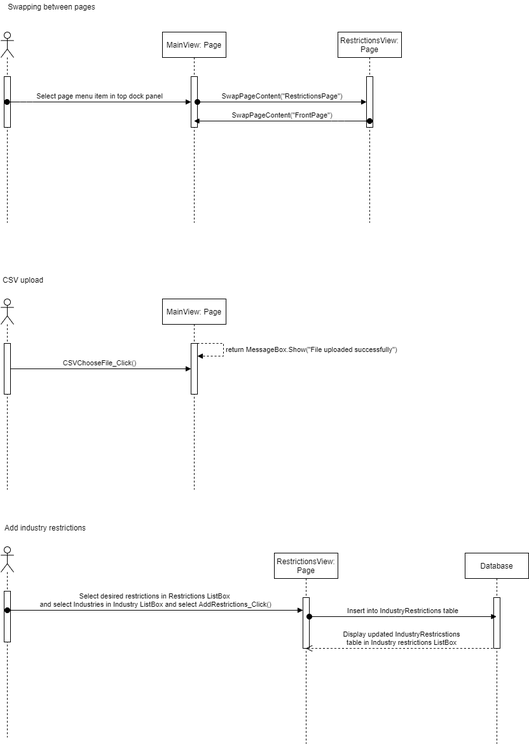
kasp470f/1semester keeps this draw.io diagram as Dokumentation/Modeller/Sekvensdiagrammer.png. Above is the earlier version. Source tidied: cells renumbered, new cells last; positions are measured from the earlier drawing's top-left corner, leaving out a move shared by most shapes.
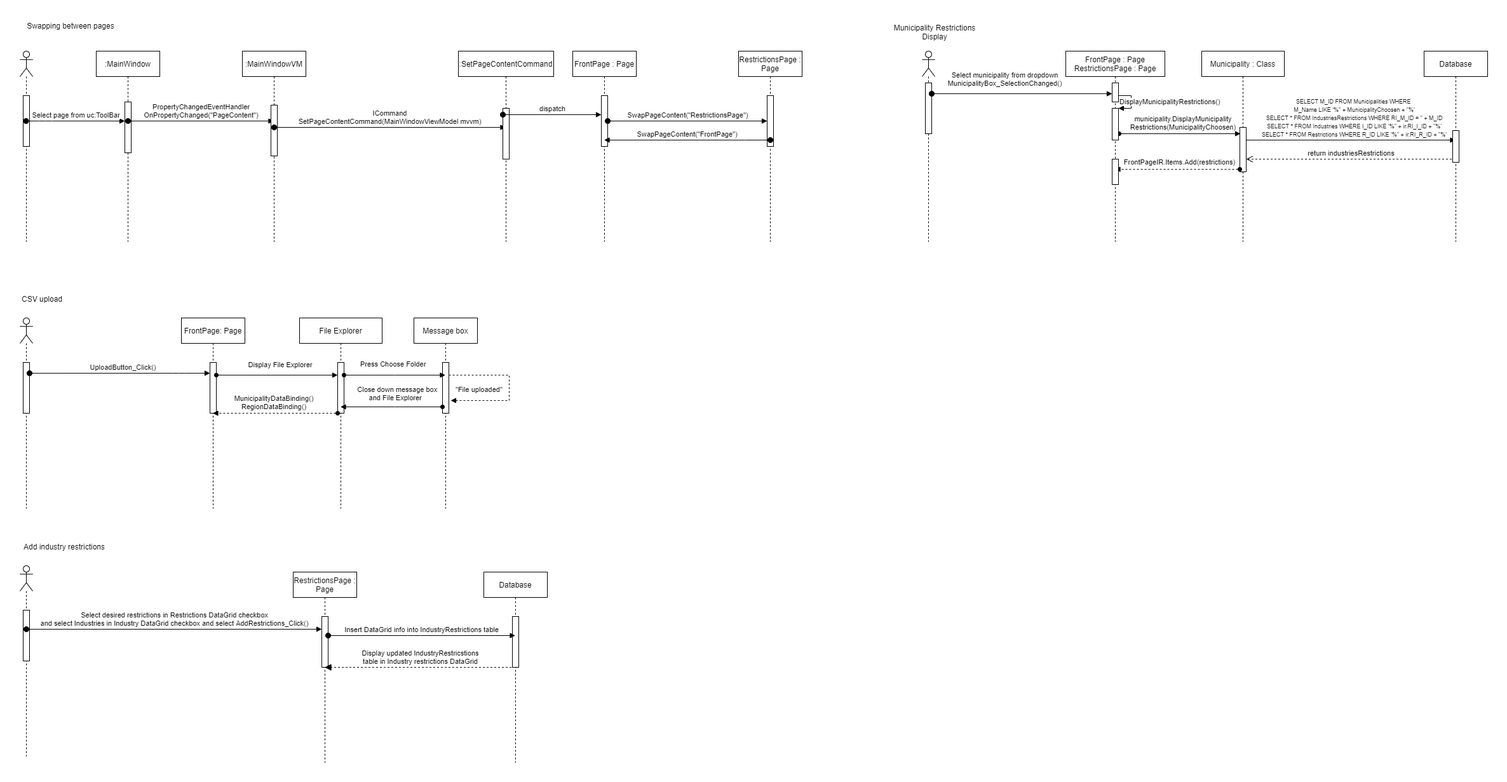
Later version of the same file.

What changed in the source:
```diff
@@ -2,6 +2,12 @@
   <root>
     <mxCell id="0" />
     <mxCell id="1" parent="0" />
+    <mxCell id="29" value="return&amp;nbsp;industriesRestrictions" style="html=1;verticalAlign=bottom;endArrow=open;dashed=1;endSize=8;fontSize=11;" parent="1" edge="1">
+      <mxGeometry relative="1" as="geometry">
+        <mxPoint x="2259.5" y="220" as="sourcePoint" />
+        <mxPoint x="1930" y="220" as="targetPoint" />
+      </mxGeometry>
+    </mxCell>
     <mxCell id="2" style="shape=umlLifeline;participant=umlActor;perimeter=lifelinePerimeter;whiteSpace=wrap;html=1;verticalAlign=top;spacingTop=36;outlineConnect=0;" parent="1" vertex="1">
       <mxGeometry y="50" width="20" height="300" as="geometry" />
     </mxCell>
@@ -11,14 +17,14 @@
     <mxCell id="4" value="Swapping between pages" style="text;html=1;strokeColor=none;fillColor=none;align=center;verticalAlign=middle;whiteSpace=wrap;rounded=0;" parent="1" vertex="1">
       <mxGeometry width="160" height="20" as="geometry" />
     </mxCell>
-    <mxCell id="5" value="MainView: Page" style="shape=umlLifeline;perimeter=lifelinePerimeter;whiteSpace=wrap;html=1;outlineConnect=0;" parent="1" vertex="1">
-      <mxGeometry x="254" y="50" width="100" height="300" as="geometry" />
+    <mxCell id="5" value="FrontPage : Page" style="shape=umlLifeline;perimeter=lifelinePerimeter;whiteSpace=wrap;html=1;outlineConnect=0;" parent="1" vertex="1">
+      <mxGeometry x="870" y="50" width="100" height="300" as="geometry" />
     </mxCell>
     <mxCell id="6" style="html=1;points=[];perimeter=orthogonalPerimeter;" parent="5" vertex="1">
       <mxGeometry x="45" y="70" width="10" height="80" as="geometry" />
     </mxCell>
-    <mxCell id="7" value="RestrictionsView: Page" style="shape=umlLifeline;perimeter=lifelinePerimeter;whiteSpace=wrap;html=1;" parent="1" vertex="1">
-      <mxGeometry x="530" y="50" width="100" height="300" as="geometry" />
+    <mxCell id="7" value="RestrictionsPage : Page" style="shape=umlLifeline;perimeter=lifelinePerimeter;whiteSpace=wrap;html=1;" parent="1" vertex="1">
+      <mxGeometry x="1131" y="50" width="100" height="300" as="geometry" />
     </mxCell>
     <mxCell id="8" style="html=1;points=[];perimeter=orthogonalPerimeter;" parent="7" vertex="1">
       <mxGeometry x="45" y="70" width="10" height="80" as="geometry" />
@@ -31,7 +37,7 @@
         </Array>
       </mxGeometry>
     </mxCell>
-    <mxCell id="10" value="Select page menu item in top dock panel" style="html=1;verticalAlign=bottom;startArrow=oval;endArrow=block;startSize=8;" parent="1" edge="1" source="2" target="6">
+    <mxCell id="10" value="Select page from uc:ToolBar" style="html=1;verticalAlign=bottom;startArrow=oval;endArrow=block;startSize=8;" parent="1" edge="1" source="2" target="63">
       <mxGeometry relative="1" as="geometry">
         <Array as="points">
           <mxPoint x="40" y="160" />
@@ -47,28 +53,15 @@
     <mxCell id="13" style="shape=umlLifeline;participant=umlActor;perimeter=lifelinePerimeter;whiteSpace=wrap;html=1;verticalAlign=top;spacingTop=36;" parent="1" vertex="1">
       <mxGeometry y="470" width="20" height="300" as="geometry" />
     </mxCell>
-    <mxCell id="14" value="CSVChooseFile_Click()" style="html=1;verticalAlign=bottom;startArrow=oval;startFill=1;endArrow=block;startSize=8;" parent="13" edge="1" target="17">
-      <mxGeometry relative="1" as="geometry">
-        <mxPoint x="10" y="110" as="sourcePoint" />
-      </mxGeometry>
-    </mxCell>
     <mxCell id="15" style="html=1;points=[];perimeter=orthogonalPerimeter;" parent="13" vertex="1">
       <mxGeometry x="5" y="70" width="10" height="80" as="geometry" />
     </mxCell>
-    <mxCell id="16" value="MainView: Page" style="shape=umlLifeline;perimeter=lifelinePerimeter;whiteSpace=wrap;html=1;outlineConnect=0;" parent="1" vertex="1">
+    <mxCell id="16" value="FrontPage: Page" style="shape=umlLifeline;perimeter=lifelinePerimeter;whiteSpace=wrap;html=1;outlineConnect=0;" parent="1" vertex="1">
       <mxGeometry x="254" y="470" width="100" height="300" as="geometry" />
     </mxCell>
     <mxCell id="17" style="html=1;points=[];perimeter=orthogonalPerimeter;" parent="16" vertex="1">
       <mxGeometry x="45" y="70" width="10" height="80" as="geometry" />
     </mxCell>
-    <mxCell id="18" value="&lt;span style=&quot;font-size: 11px ; text-align: center&quot;&gt;return MessageBox.Show(&quot;File uploaded successfully&quot;)&lt;/span&gt;" style="edgeStyle=orthogonalEdgeStyle;html=1;align=left;spacingLeft=2;endArrow=block;rounded=0;dashed=1;fontSize=7;" parent="16" edge="1" source="17" target="17">
-      <mxGeometry relative="1" as="geometry">
-        <Array as="points">
-          <mxPoint x="96" y="70" />
-          <mxPoint x="96" y="90" />
-        </Array>
-      </mxGeometry>
-    </mxCell>
     <mxCell id="19" value="Add industry restrictions" style="text;html=1;strokeColor=none;fillColor=none;align=center;verticalAlign=middle;whiteSpace=wrap;rounded=0;" parent="1" vertex="1">
       <mxGeometry y="820" width="140" height="20" as="geometry" />
     </mxCell>
@@ -78,12 +71,12 @@
     <mxCell id="21" style="html=1;perimeter=orthogonalPerimeter;" parent="20" vertex="1">
       <mxGeometry x="5" y="70" width="10" height="80" as="geometry" />
     </mxCell>
-    <mxCell id="22" value="Select desired restrictions in Restrictions ListBox &lt;br&gt;and select Industries in Industry ListBox and select AddRestrictions_Click()&lt;br&gt;" style="html=1;verticalAlign=bottom;startArrow=oval;startFill=1;endArrow=block;startSize=8;" parent="20" edge="1" target="24">
+    <mxCell id="22" value="Select desired restrictions in Restrictions DataGrid checkbox&lt;br&gt;and select Industries in Industry DataGrid checkbox and select AddRestrictions_Click()" style="html=1;verticalAlign=bottom;startArrow=oval;startFill=1;endArrow=block;startSize=8;" parent="20" edge="1" target="24">
       <mxGeometry relative="1" as="geometry">
         <mxPoint x="10" y="100" as="sourcePoint" />
       </mxGeometry>
     </mxCell>
-    <mxCell id="23" value="RestrictionsView: Page" style="shape=umlLifeline;perimeter=lifelinePerimeter;whiteSpace=wrap;html=1;outlineConnect=0;" parent="1" vertex="1">
+    <mxCell id="23" value="RestrictionsPage : Page" style="shape=umlLifeline;perimeter=lifelinePerimeter;whiteSpace=wrap;html=1;outlineConnect=0;" parent="1" vertex="1">
       <mxGeometry x="430" y="870" width="100" height="300" as="geometry" />
     </mxCell>
     <mxCell id="24" style="html=1;points=[];perimeter=orthogonalPerimeter;" parent="23" vertex="1">
@@ -95,15 +88,197 @@
     <mxCell id="26" style="html=1;perimeter=orthogonalPerimeter;" parent="25" vertex="1">
       <mxGeometry x="45" y="70" width="10" height="80" as="geometry" />
     </mxCell>
-    <mxCell id="27" value="Display updated IndustryRestricstions&lt;br&gt;table in Industry restrictions ListBox" style="html=1;verticalAlign=bottom;endArrow=open;dashed=1;endSize=8;" parent="1" edge="1" source="25" target="23">
+    <mxCell id="27" value="Display updated IndustryRestricstions&lt;br&gt;table in Industry restrictions DataGrid" style="html=1;verticalAlign=bottom;endArrow=block;dashed=1;endSize=8;endFill=1;" parent="1" edge="1" source="25" target="23">
       <mxGeometry relative="1" as="geometry" />
     </mxCell>
-    <mxCell id="28" value="Insert into IndustryRestrictions table" style="html=1;verticalAlign=bottom;startArrow=oval;startFill=1;endArrow=block;startSize=8;" parent="1" edge="1" source="24" target="25">
+    <mxCell id="28" value="Insert DataGrid info into IndustryRestrictions table" style="html=1;verticalAlign=bottom;startArrow=oval;startFill=1;endArrow=block;startSize=8;" parent="1" edge="1" source="24" target="25">
       <mxGeometry relative="1" as="geometry">
         <Array as="points">
           <mxPoint x="620" y="970" />
         </Array>
       </mxGeometry>
     </mxCell>
+    <mxCell id="30" value="MunicipalityDataBinding()&#10;RegionDataBinding()" style="text;align=center;fontStyle=0;verticalAlign=middle;spacingLeft=3;spacingRight=3;strokeColor=none;fontSize=11;" parent="1" vertex="1">
+      <mxGeometry x="360" y="590" width="80" height="26" as="geometry" />
+    </mxCell>
+    <mxCell id="31" value="File Explorer" style="shape=umlLifeline;perimeter=lifelinePerimeter;whiteSpace=wrap;html=1;outlineConnect=0;" parent="1" vertex="1">
+      <mxGeometry x="440" y="470" width="130" height="300" as="geometry" />
+    </mxCell>
+    <mxCell id="32" style="html=1;points=[];perimeter=orthogonalPerimeter;" parent="31" vertex="1">
+      <mxGeometry x="60" y="70" width="10" height="80" as="geometry" />
+    </mxCell>
+    <mxCell id="33" style="edgeStyle=orthogonalEdgeStyle;rounded=0;jettySize=auto;html=1;startArrow=oval;startFill=1;endArrow=block;endFill=1;" parent="1" edge="1" source="17">
+      <mxGeometry relative="1" as="geometry">
+        <mxPoint x="500" y="560" as="targetPoint" />
+        <Array as="points">
+          <mxPoint x="500" y="560" />
+        </Array>
+      </mxGeometry>
+    </mxCell>
+    <mxCell id="34" value="Display File Explorer" style="text;align=center;fontStyle=0;verticalAlign=middle;spacingLeft=3;spacingRight=3;strokeColor=none;fontSize=11;" parent="1" vertex="1">
+      <mxGeometry x="370" y="530" width="80" height="26" as="geometry" />
+    </mxCell>
+    <mxCell id="35" value="Message box" style="shape=umlLifeline;perimeter=lifelinePerimeter;whiteSpace=wrap;html=1;outlineConnect=0;" parent="1" vertex="1">
+      <mxGeometry x="620" y="470" width="100" height="300" as="geometry" />
+    </mxCell>
+    <mxCell id="36" style="html=1;points=[];perimeter=orthogonalPerimeter;" parent="35" vertex="1">
+      <mxGeometry x="45" y="70" width="10" height="80" as="geometry" />
+    </mxCell>
+    <mxCell id="37" style="edgeStyle=orthogonalEdgeStyle;rounded=0;jettySize=auto;html=1;startArrow=none;startFill=0;endArrow=block;endFill=1;fontSize=11;dashed=1;" parent="35" edge="1" source="36">
+      <mxGeometry relative="1" as="geometry">
+        <mxPoint x="58" y="130" as="targetPoint" />
+        <Array as="points">
+          <mxPoint x="150" y="90" />
+          <mxPoint x="150" y="130" />
+        </Array>
+      </mxGeometry>
+    </mxCell>
+    <mxCell id="38" style="edgeStyle=orthogonalEdgeStyle;rounded=0;jettySize=auto;html=1;startArrow=oval;startFill=1;endArrow=block;endFill=1;" parent="1" edge="1" source="32" target="35">
+      <mxGeometry relative="1" as="geometry">
+        <Array as="points">
+          <mxPoint x="590" y="560" />
+          <mxPoint x="590" y="560" />
+        </Array>
+      </mxGeometry>
+    </mxCell>
+    <mxCell id="14" value="UploadButton_Click()" style="html=1;verticalAlign=bottom;startArrow=oval;startFill=1;endArrow=block;startSize=8;exitX=1;exitY=0.213;exitDx=0;exitDy=0;exitPerimeter=0;" parent="1" edge="1" source="15" target="17">
+      <mxGeometry x="0.04" relative="1" as="geometry">
+        <Array as="points">
+          <mxPoint x="250" y="557" />
+        </Array>
+      </mxGeometry>
+    </mxCell>
+    <mxCell id="39" value="&quot;File uploaded&quot;" style="text;strokeColor=none;fillColor=none;align=left;verticalAlign=top;spacingLeft=4;spacingRight=4;overflow=hidden;fontSize=11;" parent="1" vertex="1">
+      <mxGeometry x="680" y="570" width="100" height="26" as="geometry" />
+    </mxCell>
+    <mxCell id="40" style="edgeStyle=orthogonalEdgeStyle;rounded=0;jettySize=auto;html=1;startArrow=oval;startFill=1;endArrow=block;endFill=1;fontSize=11;" parent="1" edge="1" source="36" target="31">
+      <mxGeometry relative="1" as="geometry">
+        <Array as="points">
+          <mxPoint x="590" y="610" />
+          <mxPoint x="590" y="610" />
+        </Array>
+      </mxGeometry>
+    </mxCell>
+    <mxCell id="41" style="edgeStyle=orthogonalEdgeStyle;rounded=0;jettySize=auto;html=1;startArrow=oval;startFill=1;endArrow=block;endFill=1;fontSize=11;dashed=1;" parent="1" edge="1" source="32" target="16">
+      <mxGeometry relative="1" as="geometry">
+        <Array as="points">
+          <mxPoint x="420" y="620" />
+          <mxPoint x="420" y="620" />
+        </Array>
+      </mxGeometry>
+    </mxCell>
+    <mxCell id="42" value="     Close down message box&#10;           and File Explorer" style="text;strokeColor=none;fillColor=none;align=left;verticalAlign=top;spacingLeft=4;spacingRight=4;overflow=hidden;fontSize=11;" parent="1" vertex="1">
+      <mxGeometry x="510" y="570" width="160" height="26" as="geometry" />
+    </mxCell>
+    <mxCell id="43" value="Press Choose Folder" style="text;strokeColor=none;fillColor=none;align=left;verticalAlign=top;spacingLeft=4;spacingRight=4;overflow=hidden;fontSize=11;" parent="1" vertex="1">
+      <mxGeometry x="530" y="530" width="120" height="26" as="geometry" />
+    </mxCell>
+    <mxCell id="44" value="Municipality Restrictions Display" style="text;html=1;strokeColor=none;fillColor=none;align=center;verticalAlign=middle;whiteSpace=wrap;rounded=0;" parent="1" vertex="1">
+      <mxGeometry x="1370" y="10" width="140" height="20" as="geometry" />
+    </mxCell>
+    <mxCell id="45" style="shape=umlLifeline;participant=umlActor;perimeter=lifelinePerimeter;whiteSpace=wrap;html=1;verticalAlign=top;spacingTop=36;" parent="1" vertex="1">
+      <mxGeometry x="1420" y="50" width="20" height="300" as="geometry" />
+    </mxCell>
+    <mxCell id="46" style="html=1;points=[];perimeter=orthogonalPerimeter;" parent="45" vertex="1">
+      <mxGeometry x="5" y="50" width="10" height="80" as="geometry" />
+    </mxCell>
+    <mxCell id="47" value="FrontPage : Page&lt;br&gt;RestrictionsPage : Page" style="shape=umlLifeline;perimeter=lifelinePerimeter;whiteSpace=wrap;html=1;outlineConnect=0;" parent="1" vertex="1">
+      <mxGeometry x="1646" y="50" width="156" height="300" as="geometry" />
+    </mxCell>
+    <mxCell id="48" value="Municipality : Class" style="shape=umlLifeline;perimeter=lifelinePerimeter;whiteSpace=wrap;html=1;" parent="1" vertex="1">
+      <mxGeometry x="1860" y="50" width="130" height="300" as="geometry" />
+    </mxCell>
+    <mxCell id="49" style="html=1;perimeter=orthogonalPerimeter;" parent="48" vertex="1">
+      <mxGeometry x="60" y="120" width="10" height="70" as="geometry" />
+    </mxCell>
+    <mxCell id="50" value="&lt;font style=&quot;font-size: 9px&quot;&gt;SELECT M_ID FROM Municipalities WHERE &lt;br&gt;M_Name LIKE '%&quot; + MunicipalityChoosen + &quot;%'&lt;br&gt;SELECT * FROM IndustriesRestrictions WHERE RI_M_ID = &quot; + M_ID&lt;br&gt;SELECT * FROM Industries WHERE I_ID LIKE '%&quot; + ir.RI_I_ID + &quot;%'&lt;br&gt;SELECT * FROM Restrictions WHERE R_ID LIKE '%&quot; + ir.RI_R_ID + &quot;%'&lt;br&gt;&lt;/font&gt;" style="html=1;verticalAlign=bottom;endArrow=block;fontSize=11;labelBackgroundColor=none;" parent="48" edge="1">
+      <mxGeometry x="0.03" relative="1" as="geometry">
+        <mxPoint x="70" y="140" as="sourcePoint" />
+        <mxPoint x="399.5" y="140" as="targetPoint" />
+      </mxGeometry>
+    </mxCell>
+    <mxCell id="51" style="edgeStyle=orthogonalEdgeStyle;rounded=0;orthogonalLoop=1;jettySize=auto;html=1;startArrow=oval;startFill=1;endArrow=block;endFill=1;" parent="1" edge="1">
+      <mxGeometry relative="1" as="geometry">
+        <mxPoint x="1730" y="180" as="sourcePoint" />
+        <mxPoint x="1921" y="180" as="targetPoint" />
+        <Array as="points">
+          <mxPoint x="1921" y="180" />
+        </Array>
+      </mxGeometry>
+    </mxCell>
+    <mxCell id="52" value="municipality.DisplayMunicipality&#10;Restrictions(MunicipalityChoosen)" style="text;align=center;fontStyle=0;verticalAlign=middle;spacingLeft=3;spacingRight=3;strokeColor=none;fontSize=11;" parent="1" vertex="1">
+      <mxGeometry x="1791" y="150" width="80" height="26" as="geometry" />
+    </mxCell>
+    <mxCell id="53" value="Select municipality from dropdown&lt;br&gt;MunicipalityBox_SelectionChanged()" style="html=1;verticalAlign=bottom;startArrow=oval;startFill=1;endArrow=block;startSize=8;exitX=1;exitY=0.213;exitDx=0;exitDy=0;exitPerimeter=0;" parent="1" edge="1" source="46" target="59">
+      <mxGeometry x="-0.19" y="7" relative="1" as="geometry" />
+    </mxCell>
+    <mxCell id="54" style="edgeStyle=orthogonalEdgeStyle;rounded=0;jettySize=auto;html=1;startArrow=oval;startFill=1;endArrow=block;endFill=1;fontSize=11;dashed=1;exitX=0;exitY=0.65;exitDx=0;exitDy=0;exitPerimeter=0;" parent="1" edge="1" target="47">
+      <mxGeometry relative="1" as="geometry">
+        <mxPoint x="1920" y="236" as="sourcePoint" />
+        <Array as="points">
+          <mxPoint x="1830" y="236" />
+          <mxPoint x="1830" y="236" />
+        </Array>
+      </mxGeometry>
+    </mxCell>
+    <mxCell id="55" value="FrontPageIR.Items.Add(restrictions)" style="text;html=1;align=center;verticalAlign=middle;fontSize=11;" parent="1" vertex="1">
+      <mxGeometry x="1730" y="215" width="190" height="20" as="geometry" />
+    </mxCell>
+    <mxCell id="56" style="html=1;perimeter=orthogonalPerimeter;" parent="1" vertex="1">
+      <mxGeometry x="1719" y="220" width="10" height="40" as="geometry" />
+    </mxCell>
+    <mxCell id="57" style="html=1;points=[];perimeter=orthogonalPerimeter;fontSize=11;" parent="1" vertex="1">
+      <mxGeometry x="1719" y="140" width="10" height="50" as="geometry" />
+    </mxCell>
+    <mxCell id="58" value="DisplayMunicipalityRestrictions()" style="edgeStyle=orthogonalEdgeStyle;html=1;align=left;spacingLeft=2;endArrow=block;rounded=0;entryX=1;entryY=0;fontSize=11;" parent="1" edge="1" target="57">
+      <mxGeometry x="1734" y="120" as="geometry">
+        <mxPoint x="1724" y="120" as="sourcePoint" />
+        <Array as="points">
+          <mxPoint x="1749" y="120" />
+        </Array>
+      </mxGeometry>
+    </mxCell>
+    <mxCell id="59" style="html=1;points=[];perimeter=orthogonalPerimeter;" parent="1" vertex="1">
+      <mxGeometry x="1719" y="100" width="10" height="30" as="geometry" />
+    </mxCell>
+    <mxCell id="60" value="Database" style="shape=umlLifeline;perimeter=lifelinePerimeter;whiteSpace=wrap;html=1;" parent="1" vertex="1">
+      <mxGeometry x="2210" y="50" width="100" height="300" as="geometry" />
+    </mxCell>
+    <mxCell id="61" style="html=1;perimeter=orthogonalPerimeter;" parent="60" vertex="1">
+      <mxGeometry x="45" y="125" width="10" height="50" as="geometry" />
+    </mxCell>
+    <mxCell id="62" value=":MainWindow" style="shape=umlLifeline;perimeter=lifelinePerimeter;whiteSpace=wrap;html=1;" parent="1" vertex="1">
+      <mxGeometry x="120" y="50" width="100" height="300" as="geometry" />
+    </mxCell>
+    <mxCell id="63" style="html=1;points=[];perimeter=orthogonalPerimeter;" parent="62" vertex="1">
+      <mxGeometry x="45" y="80" width="10" height="80" as="geometry" />
+    </mxCell>
+    <mxCell id="64" value="PropertyChangedEventHandler&lt;br&gt;OnPropertyChanged(&quot;PageContent&quot;)" style="html=1;verticalAlign=bottom;startArrow=oval;startFill=1;endArrow=block;startSize=8;" parent="62" edge="1" target="65">
+      <mxGeometry relative="1" as="geometry">
+        <mxPoint x="50" y="110" as="sourcePoint" />
+      </mxGeometry>
+    </mxCell>
+    <mxCell id="65" value=":MainWindowVM" style="shape=umlLifeline;perimeter=lifelinePerimeter;whiteSpace=wrap;html=1;outlineConnect=0;" parent="1" vertex="1">
+      <mxGeometry x="350" y="50" width="100" height="300" as="geometry" />
+    </mxCell>
+    <mxCell id="66" style="html=1;perimeter=orthogonalPerimeter;" parent="65" vertex="1">
+      <mxGeometry x="45" y="85" width="10" height="80" as="geometry" />
+    </mxCell>
+    <mxCell id="67" value="ICommand&lt;br&gt;SetPageContentCommand(MainWindowViewModel mvvm)" style="html=1;verticalAlign=bottom;startArrow=oval;startFill=1;endArrow=block;startSize=8;" parent="65" edge="1" target="68">
+      <mxGeometry relative="1" as="geometry">
+        <mxPoint x="50" y="120" as="sourcePoint" />
+      </mxGeometry>
+    </mxCell>
+    <mxCell id="68" value=":SetPageContentCommand" style="shape=umlLifeline;perimeter=lifelinePerimeter;whiteSpace=wrap;html=1;outlineConnect=0;" parent="1" vertex="1">
+      <mxGeometry x="690" y="50" width="150" height="300" as="geometry" />
+    </mxCell>
+    <mxCell id="69" style="html=1;perimeter=orthogonalPerimeter;" parent="68" vertex="1">
+      <mxGeometry x="70" y="90" width="10" height="80" as="geometry" />
+    </mxCell>
+    <mxCell id="70" value="dispatch" style="html=1;verticalAlign=bottom;startArrow=oval;startFill=1;endArrow=block;startSize=8;" parent="68" edge="1" target="6">
+      <mxGeometry relative="1" as="geometry">
+        <mxPoint x="70" y="100" as="sourcePoint" />
+      </mxGeometry>
+    </mxCell>
   </root>
 </mxGraphModel>
```
